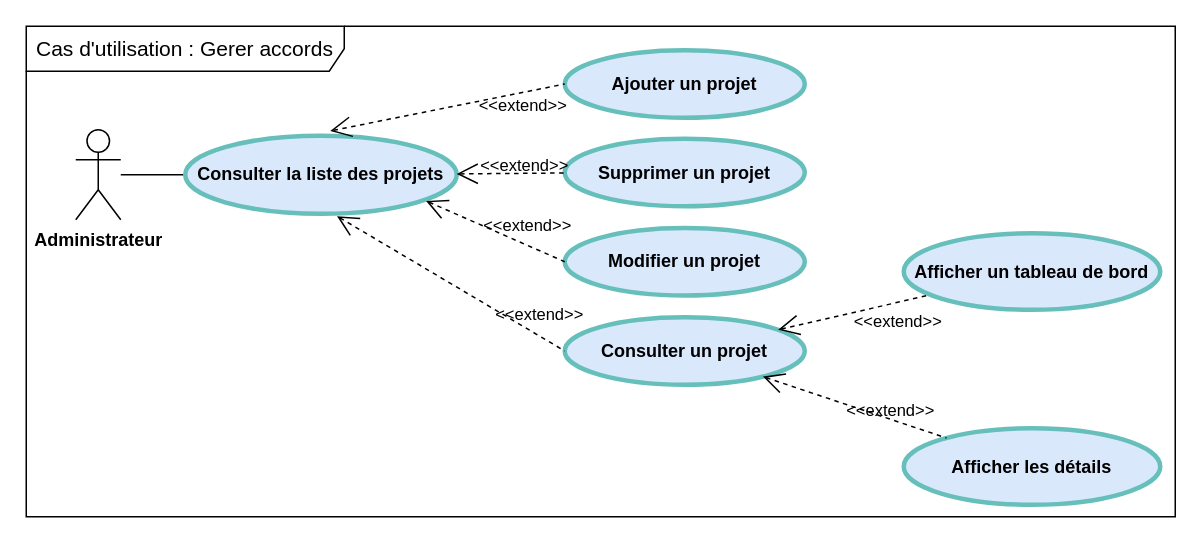
ZidiMedAmine/UML keeps this draw.io diagram as page "Deal" (1 of 8) of Delivery/DeliveryManagmentUseCase.drawio. Above is the earlier version. Source tidied: cells renumbered, new cells numbered last; positions are measured from the earlier drawing's top-left corner, leaving out a move shared by most shapes. Both pictures are drawn from the tidied source at 150%, with x=0, y=0 at pixel (26, 26).
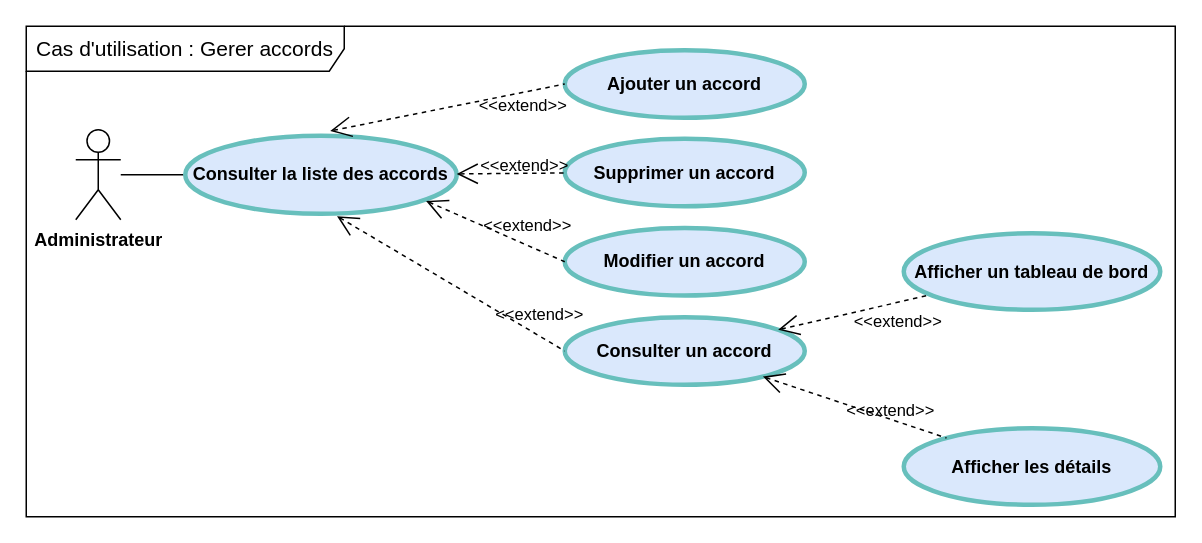
The same diagram, later.

Commit message:
Mettre à jour DeliveryManagmentUseCase.drawio

What changed in the source:
```diff
@@
-    <mxCell id="5" value="Consulter la liste des projets" style="shape=ellipse;html=1;strokeWidth=3;fontStyle=1;whiteSpace=wrap;align=center;perimeter=ellipsePerimeter;fillColor=#dae8fc;strokeColor=#67BFBC;" parent="1" vertex="1">
+    <mxCell id="5" value="Consulter la liste des accords" style="shape=ellipse;html=1;strokeWidth=3;fontStyle=1;whiteSpace=wrap;align=center;perimeter=ellipsePerimeter;fillColor=#dae8fc;strokeColor=#67BFBC;" parent="1" vertex="1">
       <mxGeometry x="106" y="73" width="181" height="52" as="geometry" />
     </mxCell>
-    <mxCell id="6" value="Ajouter un projet" style="shape=ellipse;html=1;strokeWidth=3;fontStyle=1;whiteSpace=wrap;align=center;perimeter=ellipsePerimeter;fillColor=#dae8fc;strokeColor=#67BFBC;" parent="1" vertex="1">
+    <mxCell id="6" value="Ajouter un accord" style="shape=ellipse;html=1;strokeWidth=3;fontStyle=1;whiteSpace=wrap;align=center;perimeter=ellipsePerimeter;fillColor=#dae8fc;strokeColor=#67BFBC;" parent="1" vertex="1">
       <mxGeometry x="359" y="16" width="160" height="45" as="geometry" />
     </mxCell>
-    <mxCell id="7" value="Supprimer un projet" style="shape=ellipse;html=1;strokeWidth=3;fontStyle=1;whiteSpace=wrap;align=center;perimeter=ellipsePerimeter;fillColor=#dae8fc;strokeColor=#67BFBC;" parent="1" vertex="1">
+    <mxCell id="7" value="Supprimer un accord" style="shape=ellipse;html=1;strokeWidth=3;fontStyle=1;whiteSpace=wrap;align=center;perimeter=ellipsePerimeter;fillColor=#dae8fc;strokeColor=#67BFBC;" parent="1" vertex="1">
       <mxGeometry x="359" y="75" width="160" height="45" as="geometry" />
     </mxCell>
-    <mxCell id="8" value="Modifier un projet" style="shape=ellipse;html=1;strokeWidth=3;fontStyle=1;whiteSpace=wrap;align=center;perimeter=ellipsePerimeter;fillColor=#dae8fc;strokeColor=#67BFBC;" parent="1" vertex="1">
+    <mxCell id="8" value="Modifier un accord" style="shape=ellipse;html=1;strokeWidth=3;fontStyle=1;whiteSpace=wrap;align=center;perimeter=ellipsePerimeter;fillColor=#dae8fc;strokeColor=#67BFBC;" parent="1" vertex="1">
       <mxGeometry x="359" y="134.5" width="160" height="45" as="geometry" />
     </mxCell>
@@
-    <mxCell id="15" value="Consulter un projet" style="shape=ellipse;html=1;strokeWidth=3;fontStyle=1;whiteSpace=wrap;align=center;perimeter=ellipsePerimeter;fillColor=#dae8fc;strokeColor=#67BFBC;" parent="1" vertex="1">
+    <mxCell id="15" value="Consulter un accord" style="shape=ellipse;html=1;strokeWidth=3;fontStyle=1;whiteSpace=wrap;align=center;perimeter=ellipsePerimeter;fillColor=#dae8fc;strokeColor=#67BFBC;" parent="1" vertex="1">
       <mxGeometry x="359" y="194" width="160" height="45" as="geometry" />
     </mxCell>
```
